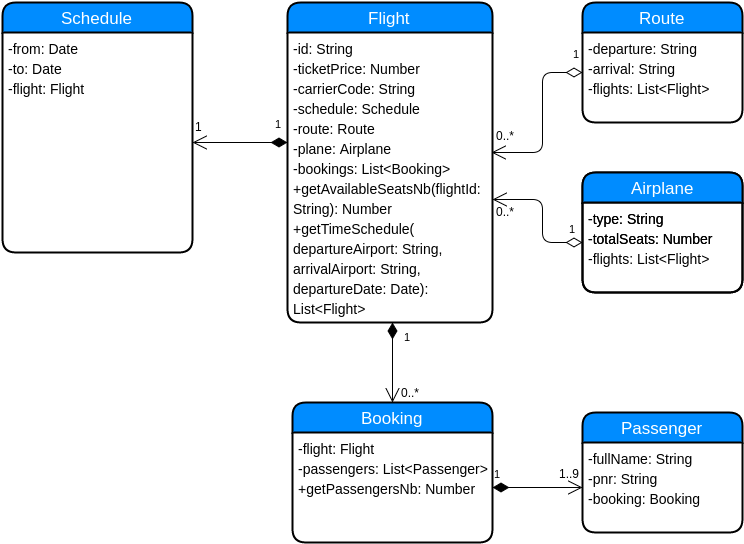
nmcristian/DesignBasedContracts keeps this draw.io diagram as res/ClassDiagramShowTimeSchedule.png. Above is the earlier version. Source tidied: cells renumbered, new cells last; positions are measured from the earlier drawing's top-left corner, leaving out a move shared by most shapes.
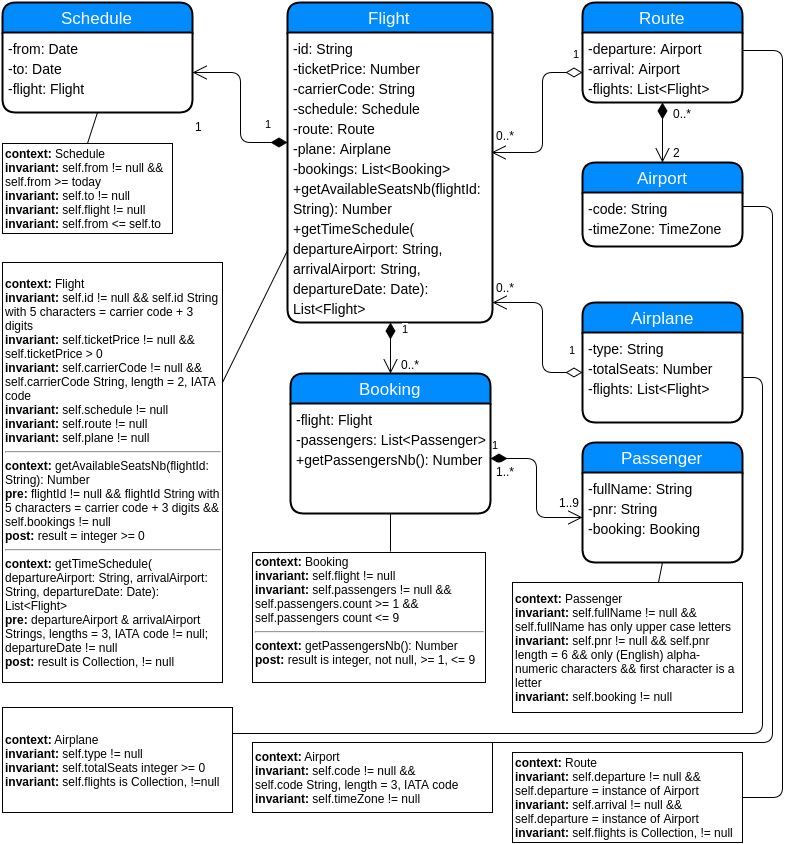
After the commit.

Commit message:
updated class diagram

What changed in the source:
```diff
@@ -3,27 +3,31 @@
     <mxCell id="0" />
     <mxCell id="1" parent="0" />
     <mxCell id="2" value="Schedule" style="swimlane;html=1;horizontal=1;startSize=30;fillColor=#008cff;fontColor=#FFFFFF;rounded=1;fontSize=17;fontStyle=0;strokeWidth=2;shadow=0;dashed=0;align=center;" parent="1" vertex="1">
-      <mxGeometry width="190" height="250" as="geometry" />
+      <mxGeometry x="-40" width="190" height="110" as="geometry" />
     </mxCell>
     <mxCell id="3" value="&lt;font style=&quot;font-size: 14px&quot;&gt;-from: Date&lt;/font&gt;&lt;div&gt;&lt;span style=&quot;font-size: 14px&quot;&gt;-to: Date&lt;/span&gt;&lt;/div&gt;&lt;div&gt;&lt;span style=&quot;font-size: 14px&quot;&gt;-flight: Flight&lt;/span&gt;&lt;/div&gt;" style="whiteSpace=wrap;html=1;align=left;strokeColor=none;fillColor=none;spacingLeft=4;fontSize=17;verticalAlign=top;" parent="2" vertex="1">
-      <mxGeometry y="30" width="190" height="220" as="geometry" />
+      <mxGeometry y="30" width="190" height="80" as="geometry" />
     </mxCell>
     <mxCell id="4" value="Route" style="swimlane;html=1;horizontal=1;startSize=30;fillColor=#008cff;fontColor=#FFFFFF;rounded=1;fontSize=17;fontStyle=0;strokeWidth=2;shadow=0;dashed=0;align=center;" parent="1" vertex="1">
-      <mxGeometry x="580" width="160" height="120" as="geometry" />
+      <mxGeometry x="540" width="160" height="100" as="geometry" />
     </mxCell>
-    <mxCell id="5" value="&lt;font style=&quot;font-size: 14px&quot;&gt;-departure: String&lt;/font&gt;&lt;div&gt;&lt;span style=&quot;font-size: 14px&quot;&gt;-arrival: String&lt;/span&gt;&lt;/div&gt;&lt;div&gt;&lt;span style=&quot;font-size: 14px&quot;&gt;-flights: List&amp;lt;Flight&amp;gt;&lt;/span&gt;&lt;/div&gt;" style="whiteSpace=wrap;html=1;align=left;strokeColor=none;fillColor=none;spacingLeft=4;fontSize=17;verticalAlign=top;" parent="4" vertex="1">
-      <mxGeometry y="30" width="160" height="90" as="geometry" />
+    <mxCell id="5" value="&lt;font style=&quot;font-size: 14px&quot;&gt;-departure: Airport&lt;/font&gt;&lt;div&gt;&lt;span style=&quot;font-size: 14px&quot;&gt;-arrival: Airport&lt;/span&gt;&lt;/div&gt;&lt;div&gt;&lt;span style=&quot;font-size: 14px&quot;&gt;-flights: List&amp;lt;Flight&amp;gt;&lt;/span&gt;&lt;/div&gt;" style="whiteSpace=wrap;html=1;align=left;strokeColor=none;fillColor=none;spacingLeft=4;fontSize=17;verticalAlign=top;" parent="4" vertex="1">
+      <mxGeometry y="30" width="160" height="70" as="geometry" />
     </mxCell>
+    <mxCell id="26" value="1" style="endArrow=open;html=1;endSize=12;startArrow=diamondThin;startSize=14;startFill=1;edgeStyle=orthogonalEdgeStyle;align=left;verticalAlign=bottom;entryX=0.5;entryY=0;" parent="4" edge="1" target="30">
+      <mxGeometry x="-0.33" y="10" relative="1" as="geometry">
+        <mxPoint x="80" y="100" as="sourcePoint" />
+      </mxGeometry>
+    </mxCell>
     <mxCell id="6" value="Airplane" style="swimlane;html=1;horizontal=1;startSize=30;fillColor=#008cff;fontColor=#FFFFFF;rounded=1;fontSize=17;fontStyle=0;strokeWidth=2;shadow=0;dashed=0;align=center;" parent="1" vertex="1">
-      <mxGeometry x="580" y="170" width="160" height="120" as="geometry" />
+      <mxGeometry x="540" y="300" width="160" height="120" as="geometry" />
     </mxCell>
-    <mxCell id="7" value="1" style="endArrow=open;html=1;endSize=12;startArrow=diamondThin;startSize=14;startFill=0;edgeStyle=orthogonalEdgeStyle;align=left;verticalAlign=bottom;" parent="6" edge="1">
+    <mxCell id="7" value="1" style="endArrow=open;html=1;endSize=12;startArrow=diamondThin;startSize=14;startFill=0;edgeStyle=orthogonalEdgeStyle;align=left;verticalAlign=bottom;" parent="6" edge="1" target="11">
       <mxGeometry x="-0.32" y="-25" relative="1" as="geometry">
         <mxPoint y="70" as="sourcePoint" />
-        <mxPoint x="-90" y="27" as="targetPoint" />
         <Array as="points">
           <mxPoint x="-40" y="70" />
-          <mxPoint x="-40" y="27" />
+          <mxPoint x="-40" />
         </Array>
       </mxGeometry>
     </mxCell>
@@ -34,61 +38,132 @@
       <mxGeometry x="-1" y="5" relative="1" as="geometry" />
     </mxCell>
     <mxCell id="10" value="Flight" style="swimlane;html=1;horizontal=1;startSize=30;fillColor=#008cff;fontColor=#FFFFFF;rounded=1;fontSize=17;fontStyle=0;strokeWidth=2;shadow=0;dashed=0;align=center;" parent="1" vertex="1">
-      <mxGeometry x="285" width="205" height="320" as="geometry" />
+      <mxGeometry x="245" width="205" height="320" as="geometry" />
     </mxCell>
     <mxCell id="11" value="&lt;font style=&quot;font-size: 14px&quot;&gt;-id: String&lt;/font&gt;&lt;div&gt;&lt;font style=&quot;font-size: 14px&quot;&gt;-ticketPrice: Number&lt;/font&gt;&lt;/div&gt;&lt;div&gt;&lt;font style=&quot;font-size: 14px&quot;&gt;-carrierCode: String&lt;/font&gt;&lt;/div&gt;&lt;div&gt;&lt;font style=&quot;font-size: 14px&quot;&gt;-schedule: Schedule&lt;/font&gt;&lt;/div&gt;&lt;div&gt;&lt;font style=&quot;font-size: 14px&quot;&gt;-route: Route&lt;/font&gt;&lt;/div&gt;&lt;div&gt;&lt;span style=&quot;font-size: 14px&quot;&gt;-plane: Airplane&lt;/span&gt;&lt;/div&gt;&lt;div&gt;&lt;span style=&quot;font-size: 14px&quot;&gt;-bookings: List&amp;lt;Booking&amp;gt;&lt;/span&gt;&lt;/div&gt;&lt;div&gt;&lt;span style=&quot;font-size: 14px&quot;&gt;+getAvailableSeatsNb(flightId: String): Number&lt;/span&gt;&lt;/div&gt;&lt;div&gt;&lt;span style=&quot;font-size: 14px&quot;&gt;+getTimeSchedule( departureAirport: String, arrivalAirport: String, departureDate: Date): List&amp;lt;Flight&amp;gt;&lt;/span&gt;&lt;/div&gt;" style="whiteSpace=wrap;html=1;align=left;strokeColor=none;fillColor=none;spacingLeft=4;fontSize=17;verticalAlign=top;" parent="10" vertex="1">
       <mxGeometry y="30" width="205" height="290" as="geometry" />
     </mxCell>
     <mxCell id="12" value="1" style="text;html=1;align=left;verticalAlign=top;spacingTop=-4;" parent="1" vertex="1">
-      <mxGeometry x="191" y="115" width="20" height="20" as="geometry" />
+      <mxGeometry x="151" y="115" width="20" height="20" as="geometry" />
     </mxCell>
     <mxCell id="13" value="1" style="endArrow=open;html=1;endSize=12;startArrow=diamondThin;startSize=14;startFill=0;edgeStyle=orthogonalEdgeStyle;align=left;verticalAlign=bottom;" parent="1" edge="1">
       <mxGeometry x="-0.88" y="-10" relative="1" as="geometry">
-        <mxPoint x="580" y="70" as="sourcePoint" />
-        <mxPoint x="489" y="150" as="targetPoint" />
+        <mxPoint x="540" y="70" as="sourcePoint" />
+        <mxPoint x="449" y="150" as="targetPoint" />
         <Array as="points">
-          <mxPoint x="540" y="70" />
-          <mxPoint x="540" y="150" />
+          <mxPoint x="500" y="70" />
+          <mxPoint x="500" y="150" />
         </Array>
       </mxGeometry>
     </mxCell>
-    <mxCell id="14" value="Airplane" style="swimlane;html=1;horizontal=1;startSize=30;fillColor=#008cff;fontColor=#FFFFFF;rounded=1;fontSize=17;fontStyle=0;strokeWidth=2;shadow=0;dashed=0;align=center;" parent="1" vertex="1">
-      <mxGeometry x="580" y="170" width="160" height="120" as="geometry" />
-    </mxCell>
-    <mxCell id="15" value="&lt;font style=&quot;font-size: 14px&quot;&gt;-type: String&lt;/font&gt;&lt;div&gt;&lt;font style=&quot;font-size: 14px&quot;&gt;-totalSeats: Number&lt;/font&gt;&lt;/div&gt;" style="whiteSpace=wrap;html=1;align=left;strokeColor=none;fillColor=none;spacingLeft=4;fontSize=17;verticalAlign=top;" parent="14" vertex="1">
-      <mxGeometry y="30" width="160" height="90" as="geometry" />
-    </mxCell>
     <mxCell id="16" value="0..*" style="text;html=1;align=left;verticalAlign=top;spacingTop=-4;" parent="1" vertex="1">
-      <mxGeometry x="492" y="200" width="30" height="20" as="geometry" />
+      <mxGeometry x="452" y="276" width="30" height="20" as="geometry" />
     </mxCell>
     <mxCell id="17" value="Booking" style="swimlane;html=1;horizontal=1;startSize=30;fillColor=#008cff;fontColor=#FFFFFF;rounded=1;fontSize=17;fontStyle=0;strokeWidth=2;shadow=0;dashed=0;align=center;" parent="1" vertex="1">
-      <mxGeometry x="290" y="400" width="200" height="140" as="geometry" />
+      <mxGeometry x="248" y="371" width="200" height="140" as="geometry" />
     </mxCell>
-    <mxCell id="18" value="&lt;font style=&quot;font-size: 14px&quot;&gt;-flight: Flight&lt;/font&gt;&lt;div&gt;&lt;font style=&quot;font-size: 14px&quot;&gt;-passengers: List&amp;lt;Passenger&amp;gt;&lt;/font&gt;&lt;/div&gt;&lt;div&gt;&lt;font style=&quot;font-size: 14px&quot;&gt;+getPassengersNb: Number&lt;/font&gt;&lt;/div&gt;" style="whiteSpace=wrap;html=1;align=left;strokeColor=none;fillColor=none;spacingLeft=4;fontSize=17;verticalAlign=top;" parent="17" vertex="1">
+    <mxCell id="18" value="&lt;font style=&quot;font-size: 14px&quot;&gt;-flight: Flight&lt;/font&gt;&lt;div&gt;&lt;font style=&quot;font-size: 14px&quot;&gt;-passengers: List&amp;lt;Passenger&amp;gt;&lt;/font&gt;&lt;/div&gt;&lt;div&gt;&lt;font style=&quot;font-size: 14px&quot;&gt;+getPassengersNb(): Number&lt;/font&gt;&lt;/div&gt;" style="whiteSpace=wrap;html=1;align=left;strokeColor=none;fillColor=none;spacingLeft=4;fontSize=17;verticalAlign=top;" parent="17" vertex="1">
       <mxGeometry y="30" width="200" height="110" as="geometry" />
     </mxCell>
     <mxCell id="19" value="Passenger" style="swimlane;html=1;horizontal=1;startSize=30;fillColor=#008cff;fontColor=#FFFFFF;rounded=1;fontSize=17;fontStyle=0;strokeWidth=2;shadow=0;dashed=0;align=center;" parent="1" vertex="1">
-      <mxGeometry x="580" y="410" width="160" height="120" as="geometry" />
+      <mxGeometry x="540" y="440" width="160" height="120" as="geometry" />
     </mxCell>
     <mxCell id="20" value="&lt;font style=&quot;font-size: 14px&quot;&gt;-fullName: String&lt;/font&gt;&lt;div&gt;&lt;font style=&quot;font-size: 14px&quot;&gt;-pnr: String&lt;/font&gt;&lt;/div&gt;&lt;div&gt;&lt;font style=&quot;font-size: 14px&quot;&gt;-booking: Booking&lt;/font&gt;&lt;/div&gt;" style="whiteSpace=wrap;html=1;align=left;strokeColor=none;fillColor=none;spacingLeft=4;fontSize=17;verticalAlign=top;" parent="19" vertex="1">
       <mxGeometry y="30" width="160" height="90" as="geometry" />
     </mxCell>
     <mxCell id="21" value="1..9" style="text;html=1;align=left;verticalAlign=top;spacingTop=-4;" parent="1" vertex="1">
-      <mxGeometry x="555" y="462" width="40" height="20" as="geometry" />
+      <mxGeometry x="515" y="491" width="40" height="20" as="geometry" />
     </mxCell>
     <mxCell id="22" value="1" style="endArrow=open;html=1;endSize=12;startArrow=diamondThin;startSize=14;startFill=1;edgeStyle=orthogonalEdgeStyle;align=left;verticalAlign=bottom;entryX=0.5;entryY=0;" parent="1" edge="1" target="17">
       <mxGeometry x="-0.43" y="10" relative="1" as="geometry">
-        <mxPoint x="390" y="320" as="sourcePoint" />
+        <mxPoint x="348" y="320" as="sourcePoint" />
       </mxGeometry>
     </mxCell>
     <mxCell id="23" value="0..*" style="text;html=1;align=left;verticalAlign=top;spacingTop=-4;" parent="1" vertex="1">
-      <mxGeometry x="397" y="381" width="30" height="20" as="geometry" />
+      <mxGeometry x="357" y="353" width="30" height="20" as="geometry" />
     </mxCell>
     <mxCell id="24" value="0..*" style="text;html=1;align=left;verticalAlign=top;spacingTop=-4;" parent="1" vertex="1">
-      <mxGeometry x="492" y="124" width="30" height="20" as="geometry" />
+      <mxGeometry x="452" y="124" width="30" height="20" as="geometry" />
     </mxCell>
     <mxCell id="25" value="1" style="endArrow=open;html=1;endSize=12;startArrow=diamondThin;startSize=14;startFill=1;edgeStyle=orthogonalEdgeStyle;align=left;verticalAlign=bottom;exitX=0;exitY=0.379;exitPerimeter=0;" parent="1" edge="1" source="11" target="3">
       <mxGeometry x="-0.71" y="-10" relative="1" as="geometry" />
     </mxCell>
+    <mxCell id="27" value="&lt;div&gt;&lt;b&gt;context:&lt;/b&gt; Schedule&lt;/div&gt;&lt;div&gt;&lt;b&gt;invariant:&lt;/b&gt; self.from != null &amp;amp;&amp;amp; self.from &amp;gt;= today&lt;/div&gt;&lt;div&gt;&lt;b&gt;invariant:&lt;/b&gt; self.to != null&lt;/div&gt;&lt;div&gt;&lt;b&gt;invariant:&lt;/b&gt;&amp;nbsp;self.flight != null&lt;/div&gt;&lt;div&gt;&lt;b&gt;invariant:&lt;/b&gt; self.from &amp;lt;= self.to&lt;/div&gt;" style="whiteSpace=wrap;html=1;align=left;" parent="1" vertex="1">
+      <mxGeometry x="-40" y="141" width="170" height="90" as="geometry" />
+    </mxCell>
+    <mxCell id="28" style="endArrow=none;html=1;entryX=0.5;entryY=1;exitX=0.5;exitY=0;" parent="1" edge="1" source="27" target="3">
+      <mxGeometry relative="1" as="geometry" />
+    </mxCell>
+    <mxCell id="29" value="&lt;div&gt;&lt;b&gt;context:&lt;/b&gt; Flight&lt;/div&gt;&lt;div&gt;&lt;b&gt;invariant:&lt;/b&gt; self.id != null &amp;amp;&amp;amp; self.id String with 5 characters = carrier code + 3 digits&lt;/div&gt;&lt;div&gt;&lt;b&gt;invariant:&lt;/b&gt;&amp;nbsp;self.ticketPrice != null &amp;amp;&amp;amp; self.ticketPrice &amp;gt; 0&lt;/div&gt;&lt;div&gt;&lt;b&gt;invariant:&lt;/b&gt; self.carrierCode != null &amp;amp;&amp;amp; self.carrierCode String, length = 2, IATA code&lt;/div&gt;&lt;div&gt;&lt;b&gt;invariant:&lt;/b&gt;&amp;nbsp;self.schedule != null&lt;/div&gt;&lt;div&gt;&lt;b&gt;invariant:&lt;/b&gt; self.route != null&lt;/div&gt;&lt;div&gt;&lt;b&gt;invariant:&lt;/b&gt;&amp;nbsp;self.plane != null&lt;/div&gt;&lt;hr id=&quot;null&quot;&gt;&lt;b&gt;context:&lt;/b&gt;&amp;nbsp;&lt;span&gt;getAvailableSeatsNb(flightId: String): Number&lt;/span&gt;&lt;div&gt;&lt;b&gt;pre:&lt;/b&gt;&amp;nbsp;flightId&amp;nbsp;&lt;span&gt;!= null &amp;amp;&amp;amp; flightId String with 5 characters = carrier code + 3 digits &amp;amp;&amp;amp; self.bookings != null&lt;/span&gt;&lt;/div&gt;&lt;div&gt;&lt;b&gt;post:&lt;/b&gt;&amp;nbsp;result = integer &amp;gt;= 0&lt;/div&gt;&lt;hr id=&quot;null&quot;&gt;&lt;b&gt;context:&lt;/b&gt;&amp;nbsp;&lt;span&gt;getTimeSchedule( departureAirport: String, arrivalAirport: String, departureDate: Date): List&amp;lt;Flight&amp;gt;&lt;/span&gt;&lt;div&gt;&lt;b&gt;pre:&lt;/b&gt;&amp;nbsp;departureAirport &amp;amp; arrivalAirport Strings, lengths = 3, IATA code != null; departureDate != null&lt;/div&gt;&lt;div&gt;&lt;b&gt;post:&lt;/b&gt;&amp;nbsp;result is Collection, != null&lt;/div&gt;" style="whiteSpace=wrap;html=1;align=left;" parent="1" vertex="1">
+      <mxGeometry x="-40" y="260" width="220" height="420" as="geometry" />
+    </mxCell>
+    <mxCell id="30" value="Airport" style="swimlane;html=1;horizontal=1;startSize=30;fillColor=#008cff;fontColor=#FFFFFF;rounded=1;fontSize=17;fontStyle=0;strokeWidth=2;shadow=0;dashed=0;align=center;" parent="1" vertex="1">
+      <mxGeometry x="540" y="160" width="160" height="84" as="geometry" />
+    </mxCell>
+    <mxCell id="31" value="&lt;font style=&quot;font-size: 14px&quot;&gt;-code: String&lt;/font&gt;&lt;div&gt;&lt;font style=&quot;font-size: 14px&quot;&gt;-timeZone: TimeZone&lt;/font&gt;&lt;/div&gt;" style="whiteSpace=wrap;html=1;align=left;strokeColor=none;fillColor=none;spacingLeft=4;fontSize=17;verticalAlign=top;" parent="30" vertex="1">
+      <mxGeometry y="30" width="160" height="54" as="geometry" />
+    </mxCell>
+    <mxCell id="32" value="2" style="text;html=1;align=left;verticalAlign=top;spacingTop=-4;" parent="1" vertex="1">
+      <mxGeometry x="629" y="141" width="20" height="20" as="geometry" />
+    </mxCell>
+    <mxCell id="33" value="0..*" style="text;html=1;align=left;verticalAlign=top;spacingTop=-4;fillColor=#ffffff;" parent="1" vertex="1">
+      <mxGeometry x="629" y="102" width="30" height="20" as="geometry" />
+    </mxCell>
+    <mxCell id="34" value="1..*" style="text;html=1;align=left;verticalAlign=top;spacingTop=-4;fillColor=#ffffff;" parent="1" vertex="1">
+      <mxGeometry x="452" y="460" width="30" height="20" as="geometry" />
+    </mxCell>
+    <mxCell id="35" style="endArrow=none;html=1;entryX=0;entryY=0.75;" parent="1" edge="1" target="11">
+      <mxGeometry relative="1" as="geometry">
+        <mxPoint x="180" y="380" as="sourcePoint" />
+      </mxGeometry>
+    </mxCell>
+    <mxCell id="36" value="&lt;div&gt;&lt;b&gt;context:&lt;/b&gt; Booking&lt;/div&gt;&lt;div&gt;&lt;b&gt;invariant:&lt;/b&gt; self.flight != null&lt;/div&gt;&lt;div&gt;&lt;b&gt;invariant:&lt;/b&gt; self.passengers != null &amp;amp;&amp;amp; self.passengers.count &amp;gt;= 1 &amp;amp;&amp;amp; self.passengers count &amp;lt;= 9&lt;/div&gt;&lt;hr id=&quot;null&quot;&gt;&lt;b&gt;context:&lt;/b&gt;&amp;nbsp;getPassengersNb(): Number&lt;div&gt;&lt;b&gt;post:&lt;/b&gt;&amp;nbsp;result is integer, not null, &amp;gt;= 1, &amp;lt;= 9&lt;br&gt;&lt;div&gt;&lt;br&gt;&lt;/div&gt;&lt;/div&gt;" style="whiteSpace=wrap;html=1;align=left;" parent="1" vertex="1">
+      <mxGeometry x="210" y="550" width="233" height="130" as="geometry" />
+    </mxCell>
+    <mxCell id="37" style="endArrow=none;html=1;entryX=0.5;entryY=1;" parent="1" edge="1" target="18">
+      <mxGeometry relative="1" as="geometry">
+        <mxPoint x="348" y="549" as="sourcePoint" />
+      </mxGeometry>
+    </mxCell>
+    <mxCell id="38" value="&lt;div&gt;&lt;b&gt;context:&lt;/b&gt; Passenger&lt;/div&gt;&lt;div&gt;&lt;b&gt;invariant:&lt;/b&gt; self.fullName != null &amp;amp;&amp;amp; self.fullName has only upper case letters&lt;/div&gt;&lt;div&gt;&lt;b&gt;invariant:&lt;/b&gt; self.pnr != null &amp;amp;&amp;amp; self.pnr length = 6 &amp;amp;&amp;amp; only (English) alpha-numeric characters &amp;amp;&amp;amp; first character is a letter&lt;/div&gt;&lt;div&gt;&lt;b&gt;invariant:&lt;/b&gt;&amp;nbsp;self.booking != null&lt;/div&gt;" style="whiteSpace=wrap;html=1;align=left;" parent="1" vertex="1">
+      <mxGeometry x="470" y="580" width="230" height="130" as="geometry" />
+    </mxCell>
+    <mxCell id="39" style="endArrow=none;html=1;entryX=0.5;entryY=1;exitX=0.635;exitY=0;exitPerimeter=0;" parent="1" edge="1" source="38" target="20">
+      <mxGeometry relative="1" as="geometry" />
+    </mxCell>
+    <mxCell id="40" value="&lt;div&gt;&lt;b&gt;context:&lt;/b&gt;&amp;nbsp;Route&lt;/div&gt;&lt;div&gt;&lt;b&gt;invariant:&lt;/b&gt; self.departure != null &amp;amp;&amp;amp; self.departure = instance of Airport&lt;/div&gt;&lt;div&gt;&lt;b&gt;invariant:&lt;/b&gt; self.arrival != null&amp;nbsp;&lt;span&gt;&amp;amp;&amp;amp; self.departure = instance of Airport&lt;/span&gt;&lt;/div&gt;&lt;div&gt;&lt;b&gt;invariant:&lt;/b&gt;&amp;nbsp;self.flights is Collection, != null&lt;/div&gt;" style="whiteSpace=wrap;html=1;align=left;" parent="1" vertex="1">
+      <mxGeometry x="470" y="750" width="230" height="90" as="geometry" />
+    </mxCell>
+    <mxCell id="41" style="endArrow=none;html=1;entryX=1;entryY=0.5;exitX=1;exitY=0.25;" parent="1" edge="1" source="5" target="40">
+      <mxGeometry relative="1" as="geometry">
+        <Array as="points">
+          <mxPoint x="740" y="48" />
+          <mxPoint x="740" y="795" />
+        </Array>
+      </mxGeometry>
+    </mxCell>
+    <mxCell id="42" value="&lt;div&gt;&lt;b&gt;context:&lt;/b&gt;&amp;nbsp;Airport&lt;/div&gt;&lt;div&gt;&lt;b&gt;invariant:&lt;/b&gt; self.code != null &amp;amp;&amp;amp; self.code&amp;nbsp;&lt;span&gt;String, length = 3, IATA code&lt;/span&gt;&lt;/div&gt;&lt;div&gt;&lt;b&gt;invariant:&lt;/b&gt; self.timeZone != null&lt;span&gt;&amp;nbsp;&lt;/span&gt;&lt;/div&gt;" style="whiteSpace=wrap;html=1;align=left;" parent="1" vertex="1">
+      <mxGeometry x="210" y="740" width="240" height="70" as="geometry" />
+    </mxCell>
+    <mxCell id="43" style="endArrow=none;html=1;exitX=1;exitY=0.25;" parent="1" edge="1" source="31">
+      <mxGeometry relative="1" as="geometry">
+        <mxPoint x="442" y="740" as="targetPoint" />
+        <Array as="points">
+          <mxPoint x="730" y="204" />
+          <mxPoint x="730" y="740" />
+        </Array>
+      </mxGeometry>
+    </mxCell>
+    <mxCell id="44" value="&lt;div&gt;&lt;b&gt;context:&lt;/b&gt;&amp;nbsp;Airplane&lt;/div&gt;&lt;div&gt;&lt;b&gt;invariant:&lt;/b&gt; self.type != null&lt;/div&gt;&lt;div&gt;&lt;b&gt;invariant:&lt;/b&gt; self.totalSeats integer &amp;gt;= 0&lt;/div&gt;&lt;div&gt;&lt;b&gt;invariant:&lt;/b&gt;&amp;nbsp;self.flights is Collection, !=null&lt;/div&gt;" style="whiteSpace=wrap;html=1;align=left;" parent="1" vertex="1">
+      <mxGeometry x="-40" y="705" width="230" height="105" as="geometry" />
+    </mxCell>
+    <mxCell id="45" style="endArrow=none;html=1;exitX=1;exitY=0.25;entryX=1;entryY=0.5;" parent="1" edge="1" source="44" target="8">
+      <mxGeometry relative="1" as="geometry">
+        <Array as="points">
+          <mxPoint x="720" y="731" />
+          <mxPoint x="720" y="375" />
+        </Array>
+      </mxGeometry>
+    </mxCell>
   </root>
 </mxGraphModel>
```
